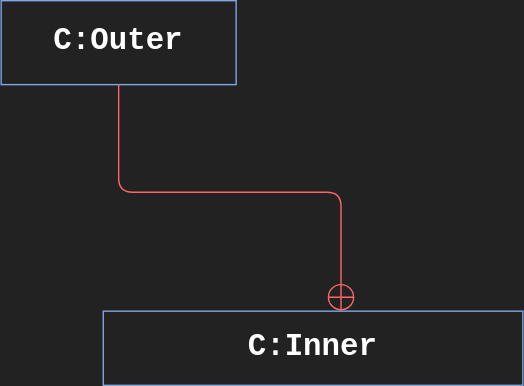
Before: drawio/InnerClassMind.svg, a diagram exported from draw.io (Stolorzs/Picgo). Source tidied: cells renumbered, new cells last; positions are measured from the earlier drawing's top-left corner, leaving out a move shared by most shapes. Source of this version:
```xml
<mxGraphModel background="#222222">
  <root>
    <mxCell id="0" />
    <mxCell id="1" parent="0" />
    <mxCell id="2" value="&lt;font color=&quot;#ffffff&quot; style=&quot;font-size: 22px;&quot; face=&quot;Courier New&quot;&gt;&lt;b&gt;C:Outer&lt;/b&gt;&lt;/font&gt;" style="whiteSpace=wrap;html=1;fillColor=none;strokeColor=#7EA6E0;" parent="1" vertex="1">
      <mxGeometry width="168" height="60" as="geometry" />
    </mxCell>
    <mxCell id="3" style="edgeStyle=orthogonalEdgeStyle;rounded=1;jettySize=auto;html=1;strokeColor=#FF6666;align=center;verticalAlign=middle;fontFamily=Helvetica;fontSize=12;fontColor=default;labelBackgroundColor=default;startSize=8;endArrow=circlePlus;endFill=0;endSize=8;" parent="1" edge="1" target="4">
      <mxGeometry relative="1" as="geometry">
        <mxPoint x="84" y="60" as="sourcePoint" />
        <Array as="points">
          <mxPoint x="84" y="137" />
          <mxPoint x="243" y="137" />
        </Array>
      </mxGeometry>
    </mxCell>
    <mxCell id="4" value="&lt;font face=&quot;Courier New&quot; color=&quot;#ffffff&quot;&gt;&lt;span style=&quot;caret-color: rgb(255, 255, 255); font-size: 22px;&quot;&gt;&lt;b&gt;C:Inner&lt;/b&gt;&lt;/span&gt;&lt;/font&gt;" style="whiteSpace=wrap;html=1;fillColor=none;strokeColor=#7EA6E0;" parent="1" vertex="1">
      <mxGeometry x="73" y="222" width="300" height="53" as="geometry" />
    </mxCell>
  </root>
</mxGraphModel>
```
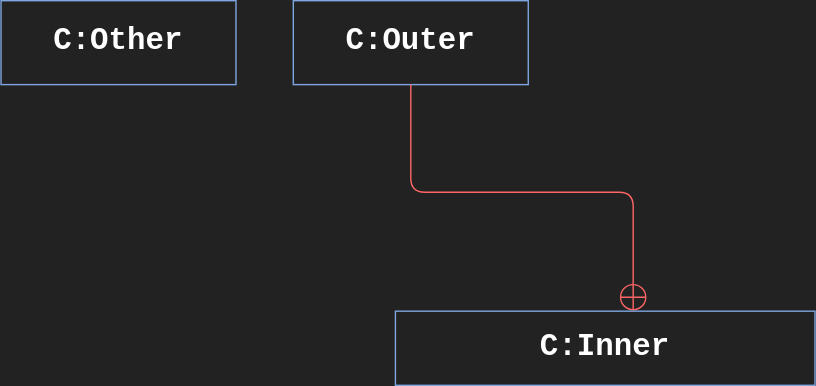
Above is the later version.

Diff of the diagram source:
```diff
@@ -17,5 +17,8 @@
     <mxCell id="4" value="&lt;font face=&quot;Courier New&quot; color=&quot;#ffffff&quot;&gt;&lt;span style=&quot;caret-color: rgb(255, 255, 255); font-size: 22px;&quot;&gt;&lt;b&gt;C:Inner&lt;/b&gt;&lt;/span&gt;&lt;/font&gt;" style="whiteSpace=wrap;html=1;fillColor=none;strokeColor=#7EA6E0;" parent="1" vertex="1">
       <mxGeometry x="73" y="222" width="300" height="53" as="geometry" />
     </mxCell>
+    <mxCell id="5" value="&lt;font color=&quot;#ffffff&quot; style=&quot;font-size: 22px;&quot; face=&quot;Courier New&quot;&gt;&lt;b&gt;C:Other&lt;/b&gt;&lt;/font&gt;" style="whiteSpace=wrap;html=1;fillColor=none;strokeColor=#7EA6E0;" parent="1" vertex="1">
+      <mxGeometry x="-209" width="168" height="60" as="geometry" />
+    </mxCell>
   </root>
 </mxGraphModel>
```
